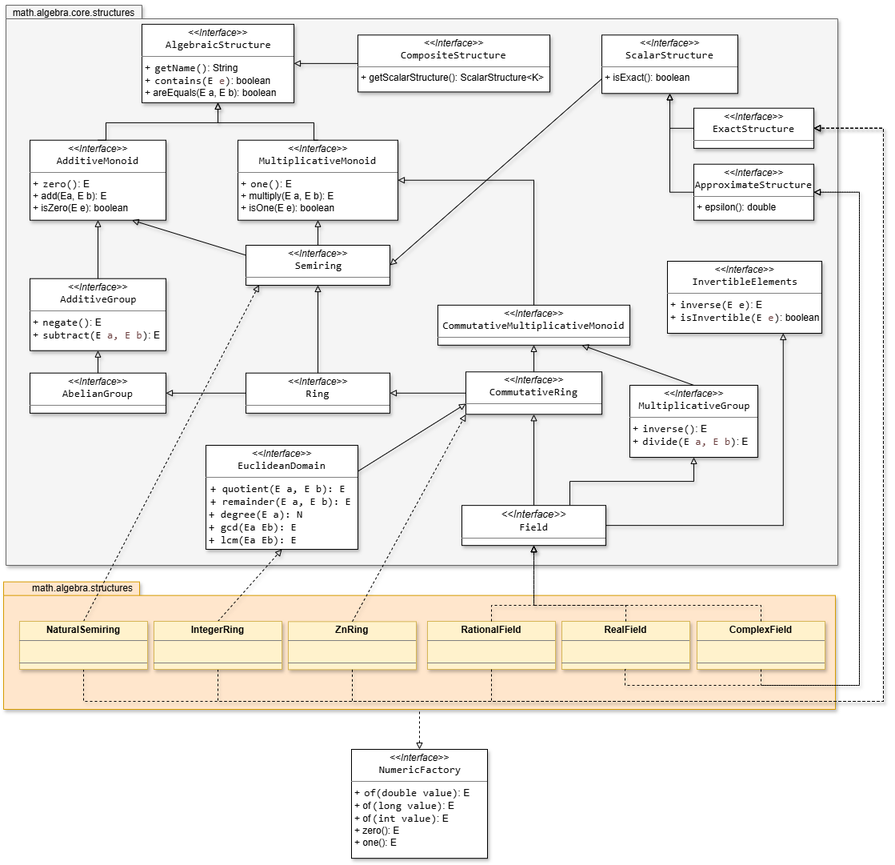
Before: docs/SMFN-algebra-structures.png, a diagram exported from draw.io (gom9000/SMFN). Source tidied: cells renumbered, new cells last; positions are measured from the earlier drawing's top-left corner, leaving out a move shared by most shapes.
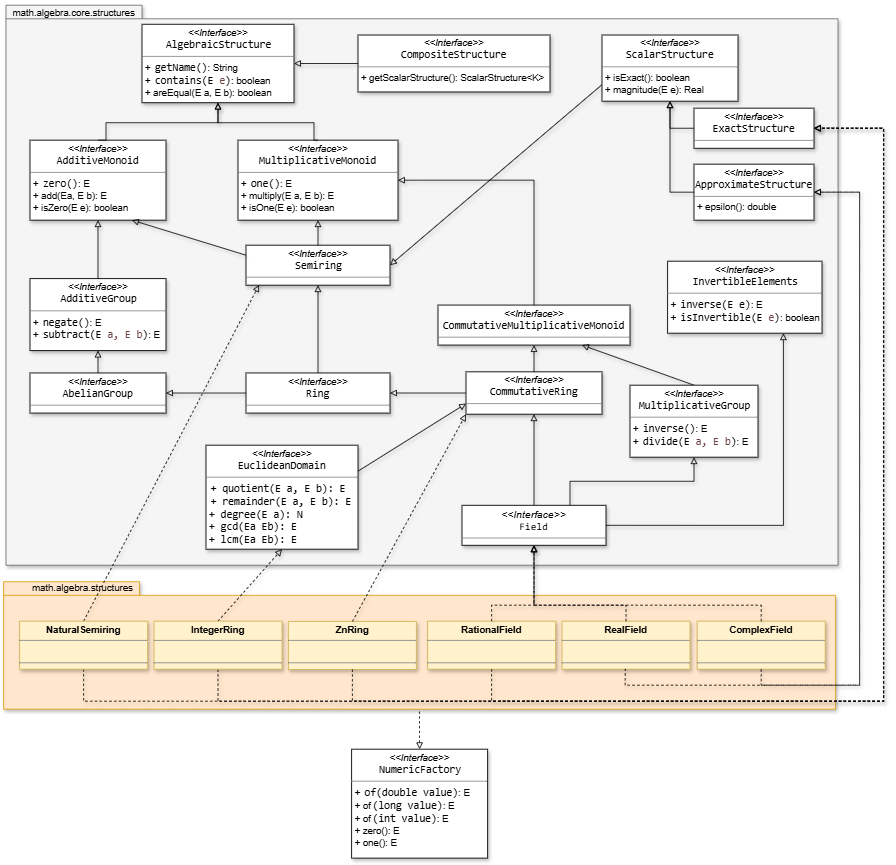
After the change.

Commit message:
update diagrammi algebra/linearalgebra

What changed in the source:
```diff
@@ -92,7 +92,7 @@
     <mxCell id="31" style="edgeStyle=orthogonalEdgeStyle;rounded=0;jettySize=auto;html=1;exitX=0.5;exitY=0;exitDx=0;exitDy=0;entryX=0.5;entryY=1;entryDx=0;entryDy=0;strokeColor=default;align=center;verticalAlign=middle;fontFamily=Helvetica;fontSize=11;fontColor=default;labelBackgroundColor=default;endArrow=block;endFill=0;shadow=1;" parent="9" edge="1" source="19" target="29">
       <mxGeometry relative="1" as="geometry" />
     </mxCell>
-    <mxCell id="32" value="&lt;p style=&quot;margin:0px;margin-top:4px;text-align:center;&quot;&gt;&lt;i&gt;&amp;lt;&amp;lt;Interface&amp;gt;&amp;gt;&lt;/i&gt;&lt;br&gt;&lt;span style=&quot;padding: 0px 0px 0px 2px;&quot;&gt;&lt;span style=&quot;font-family: Consolas; font-size: 10pt; white-space: pre;&quot;&gt;&lt;span style=&quot;&quot;&gt;AlgebraicStructure&lt;/span&gt;&lt;/span&gt;&lt;/span&gt;&lt;/p&gt;&lt;hr size=&quot;1&quot; style=&quot;border-style:solid;&quot;&gt;&lt;p style=&quot;margin:0px;margin-left:4px;&quot;&gt;&lt;/p&gt;&lt;p style=&quot;margin:0px;margin-left:4px;&quot;&gt;+&amp;nbsp;&lt;span style=&quot;padding: 0px 0px 0px 2px;&quot;&gt;&lt;span style=&quot;font-family: Consolas; font-size: 10pt; white-space: pre;&quot;&gt;&lt;span style=&quot;&quot;&gt;getName&lt;/span&gt;()&lt;/span&gt;&lt;/span&gt;: String&lt;br&gt;+&amp;nbsp;&lt;span style=&quot;padding: 0px 0px 0px 2px;&quot;&gt;&lt;span style=&quot;font-family: Consolas; font-size: 10pt; white-space: pre;&quot;&gt;&lt;span style=&quot;&quot;&gt;contains&lt;/span&gt;(E &lt;span style=&quot;color:#6a3e3e;&quot;&gt;e&lt;/span&gt;)&lt;/span&gt;&lt;/span&gt;: boolean&lt;/p&gt;&lt;p style=&quot;margin:0px;margin-left:4px;&quot;&gt;+ areEquals(E a, E b): boolean&lt;/p&gt;" style="verticalAlign=top;align=left;overflow=fill;html=1;whiteSpace=wrap;labelBackgroundColor=none;shadow=1;" parent="9" vertex="1">
+    <mxCell id="32" value="&lt;p style=&quot;margin:0px;margin-top:4px;text-align:center;&quot;&gt;&lt;i&gt;&amp;lt;&amp;lt;Interface&amp;gt;&amp;gt;&lt;/i&gt;&lt;br&gt;&lt;span style=&quot;padding: 0px 0px 0px 2px;&quot;&gt;&lt;span style=&quot;font-family: Consolas; font-size: 10pt; white-space: pre;&quot;&gt;&lt;span style=&quot;&quot;&gt;AlgebraicStructure&lt;/span&gt;&lt;/span&gt;&lt;/span&gt;&lt;/p&gt;&lt;hr size=&quot;1&quot; style=&quot;border-style:solid;&quot;&gt;&lt;p style=&quot;margin:0px;margin-left:4px;&quot;&gt;&lt;/p&gt;&lt;p style=&quot;margin:0px;margin-left:4px;&quot;&gt;+&amp;nbsp;&lt;span style=&quot;padding: 0px 0px 0px 2px;&quot;&gt;&lt;span style=&quot;font-family: Consolas; font-size: 10pt; white-space: pre;&quot;&gt;&lt;span style=&quot;&quot;&gt;getName&lt;/span&gt;()&lt;/span&gt;&lt;/span&gt;: String&lt;br&gt;+&amp;nbsp;&lt;span style=&quot;padding: 0px 0px 0px 2px;&quot;&gt;&lt;span style=&quot;font-family: Consolas; font-size: 10pt; white-space: pre;&quot;&gt;&lt;span style=&quot;&quot;&gt;contains&lt;/span&gt;(E &lt;span style=&quot;color:#6a3e3e;&quot;&gt;e&lt;/span&gt;)&lt;/span&gt;&lt;/span&gt;: boolean&lt;/p&gt;&lt;p style=&quot;margin:0px;margin-left:4px;&quot;&gt;+ areEqual(E a, E b): boolean&lt;/p&gt;" style="verticalAlign=top;align=left;overflow=fill;html=1;whiteSpace=wrap;labelBackgroundColor=none;shadow=1;" parent="9" vertex="1">
       <mxGeometry x="170" y="23.9" width="190" height="98" as="geometry" />
     </mxCell>
     <mxCell id="33" style="edgeStyle=orthogonalEdgeStyle;rounded=0;jettySize=auto;html=1;exitX=0.5;exitY=0;exitDx=0;exitDy=0;strokeColor=default;align=center;verticalAlign=middle;fontFamily=Helvetica;fontSize=11;fontColor=default;labelBackgroundColor=default;endArrow=block;endFill=0;shadow=1;entryX=0.5;entryY=1;entryDx=0;entryDy=0;" parent="9" edge="1" source="26" target="32">
@@ -129,8 +129,8 @@
     <mxCell id="40" style="rounded=0;jettySize=auto;html=1;exitX=0;exitY=0.75;exitDx=0;exitDy=0;entryX=1;entryY=0.5;entryDx=0;entryDy=0;shadow=1;strokeColor=default;align=center;verticalAlign=middle;fontFamily=Helvetica;fontSize=11;fontColor=default;labelBackgroundColor=default;endArrow=block;endFill=0;" parent="9" edge="1" source="41" target="23">
       <mxGeometry relative="1" as="geometry" />
     </mxCell>
-    <mxCell id="41" value="&lt;p style=&quot;margin:0px;margin-top:4px;text-align:center;&quot;&gt;&lt;i&gt;&amp;lt;&amp;lt;Interface&amp;gt;&amp;gt;&lt;/i&gt;&lt;br&gt;&lt;span style=&quot;font-family: Consolas; font-size: 13.3333px; white-space: pre;&quot;&gt;ScalarStructure&lt;/span&gt;&lt;/p&gt;&lt;hr size=&quot;1&quot; style=&quot;border-style:solid;&quot;&gt;&lt;p style=&quot;margin:0px;margin-left:4px;&quot;&gt;&lt;/p&gt;&lt;p style=&quot;margin:0px;margin-left:4px;&quot;&gt;+ isExact(): boolean&lt;/p&gt;" style="verticalAlign=top;align=left;overflow=fill;html=1;whiteSpace=wrap;labelBackgroundColor=none;shadow=1;" parent="9" vertex="1">
-      <mxGeometry x="745" y="37.3" width="170" height="73" as="geometry" />
+    <mxCell id="41" value="&lt;p style=&quot;margin:0px;margin-top:4px;text-align:center;&quot;&gt;&lt;i&gt;&amp;lt;&amp;lt;Interface&amp;gt;&amp;gt;&lt;/i&gt;&lt;br&gt;&lt;span style=&quot;font-family: Consolas; font-size: 13.3333px; white-space: pre;&quot;&gt;ScalarStructure&lt;/span&gt;&lt;/p&gt;&lt;hr size=&quot;1&quot; style=&quot;border-style:solid;&quot;&gt;&lt;p style=&quot;margin:0px;margin-left:4px;&quot;&gt;&lt;/p&gt;&lt;p style=&quot;margin:0px;margin-left:4px;&quot;&gt;+ isExact(): boolean&lt;/p&gt;&lt;p style=&quot;margin:0px;margin-left:4px;&quot;&gt;+ magnitude(E e): Real&lt;/p&gt;" style="verticalAlign=top;align=left;overflow=fill;html=1;whiteSpace=wrap;labelBackgroundColor=none;shadow=1;" parent="9" vertex="1">
+      <mxGeometry x="745" y="37.3" width="170" height="82.7" as="geometry" />
     </mxCell>
     <mxCell id="42" style="edgeStyle=orthogonalEdgeStyle;rounded=0;jettySize=auto;html=1;exitX=0;exitY=0.5;exitDx=0;exitDy=0;entryX=1;entryY=0.5;entryDx=0;entryDy=0;shadow=1;strokeColor=default;align=center;verticalAlign=middle;fontFamily=Helvetica;fontSize=11;fontColor=default;labelBackgroundColor=default;endArrow=block;endFill=0;" parent="9" edge="1" source="43" target="32">
       <mxGeometry relative="1" as="geometry" />
```
